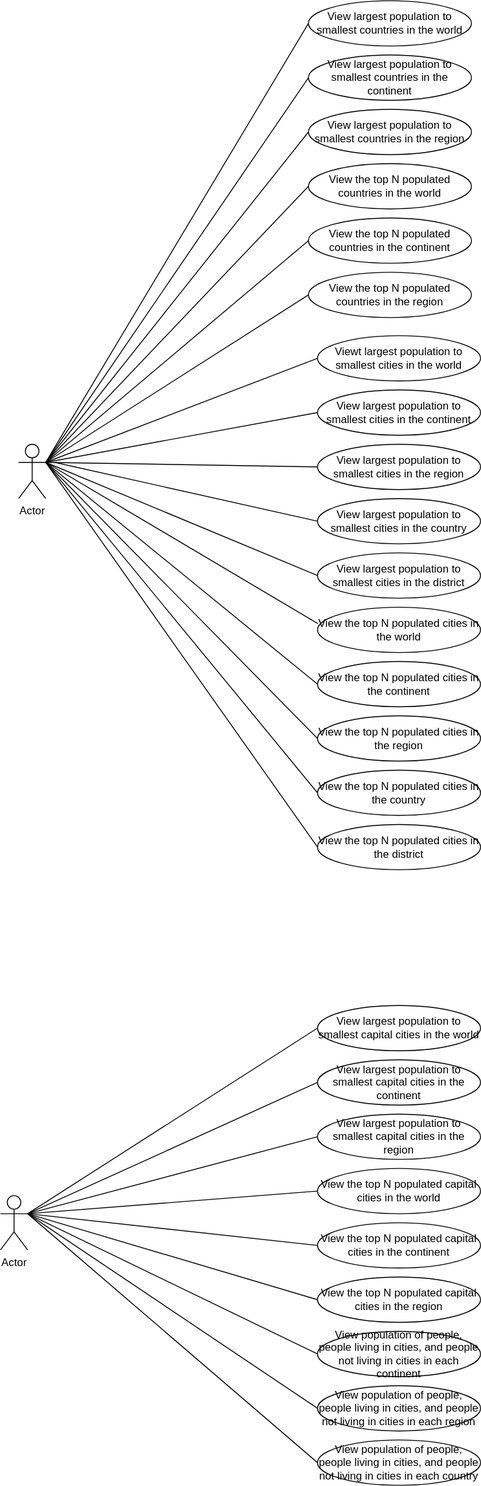
Earlier version of the draw.io export use_cases/Population_Information_System.svg (moeni12/Group3). Source tidied: cells renumbered, new cells last; positions are measured from the earlier drawing's top-left corner, leaving out a move shared by most shapes. The source it was exported from:
```xml
<mxGraphModel>
  <root>
    <mxCell id="0" />
    <mxCell id="1" parent="0" />
    <mxCell id="2" value="View largest population to smallest countries in the world" style="ellipse;whiteSpace=wrap;html=1;" parent="1" vertex="1">
      <mxGeometry x="340" width="180" height="50" as="geometry" />
    </mxCell>
    <mxCell id="3" value="View largest population to smallest countries in the continent" style="ellipse;whiteSpace=wrap;html=1;" parent="1" vertex="1">
      <mxGeometry x="340" y="60" width="180" height="50" as="geometry" />
    </mxCell>
    <mxCell id="4" value="View largest population to smallest countries in the region" style="ellipse;whiteSpace=wrap;html=1;" parent="1" vertex="1">
      <mxGeometry x="340" y="120" width="180" height="50" as="geometry" />
    </mxCell>
    <mxCell id="5" value="View the top N populated countries in the world" style="ellipse;whiteSpace=wrap;html=1;" parent="1" vertex="1">
      <mxGeometry x="340" y="180" width="180" height="50" as="geometry" />
    </mxCell>
    <mxCell id="6" value="View the top N populated countries in the continent" style="ellipse;whiteSpace=wrap;html=1;" parent="1" vertex="1">
      <mxGeometry x="340" y="240" width="180" height="50" as="geometry" />
    </mxCell>
    <mxCell id="7" value="View the top N populated countries in the region" style="ellipse;whiteSpace=wrap;html=1;" parent="1" vertex="1">
      <mxGeometry x="340" y="300" width="180" height="50" as="geometry" />
    </mxCell>
    <mxCell id="8" value="Viewt largest population to smallest cities in the world" style="ellipse;whiteSpace=wrap;html=1;" parent="1" vertex="1">
      <mxGeometry x="350" y="370" width="180" height="50" as="geometry" />
    </mxCell>
    <mxCell id="9" value="View largest population to smallest cities in the continent" style="ellipse;whiteSpace=wrap;html=1;" parent="1" vertex="1">
      <mxGeometry x="350" y="430" width="180" height="50" as="geometry" />
    </mxCell>
    <mxCell id="10" value="View largest population to smallest cities in the region" style="ellipse;whiteSpace=wrap;html=1;" parent="1" vertex="1">
      <mxGeometry x="350" y="490" width="180" height="50" as="geometry" />
    </mxCell>
    <mxCell id="11" value="View largest population to smallest cities in the district" style="ellipse;whiteSpace=wrap;html=1;" parent="1" vertex="1">
      <mxGeometry x="350" y="610" width="180" height="50" as="geometry" />
    </mxCell>
    <mxCell id="12" value="View largest population to smallest cities in the country" style="ellipse;whiteSpace=wrap;html=1;" parent="1" vertex="1">
      <mxGeometry x="350" y="550" width="180" height="50" as="geometry" />
    </mxCell>
    <mxCell id="13" value="View the top N populated cities in the world" style="ellipse;whiteSpace=wrap;html=1;" parent="1" vertex="1">
      <mxGeometry x="350" y="670" width="180" height="50" as="geometry" />
    </mxCell>
    <mxCell id="14" value="View the top N populated cities in the continent" style="ellipse;whiteSpace=wrap;html=1;" parent="1" vertex="1">
      <mxGeometry x="350" y="730" width="180" height="50" as="geometry" />
    </mxCell>
    <mxCell id="15" value="View the top N populated cities in the region" style="ellipse;whiteSpace=wrap;html=1;" parent="1" vertex="1">
      <mxGeometry x="350" y="790" width="180" height="50" as="geometry" />
    </mxCell>
    <mxCell id="16" value="View the top N populated cities in the country" style="ellipse;whiteSpace=wrap;html=1;" parent="1" vertex="1">
      <mxGeometry x="350" y="850" width="180" height="50" as="geometry" />
    </mxCell>
    <mxCell id="17" value="View the top N populated cities in the district" style="ellipse;whiteSpace=wrap;html=1;" parent="1" vertex="1">
      <mxGeometry x="350" y="910" width="180" height="50" as="geometry" />
    </mxCell>
    <mxCell id="18" value="Actor" style="shape=umlActor;verticalLabelPosition=bottom;verticalAlign=top;html=1;" parent="1" vertex="1">
      <mxGeometry x="20" y="490" width="30" height="60" as="geometry" />
    </mxCell>
    <mxCell id="19" style="endArrow=none;html=1;rounded=0;exitX=1;exitY=0.3333333333333333;exitDx=0;exitDy=0;exitPerimeter=0;entryX=0;entryY=0.5;entryDx=0;entryDy=0;" parent="1" edge="1" source="18" target="2">
      <mxGeometry relative="1" as="geometry" />
    </mxCell>
    <mxCell id="20" style="endArrow=none;html=1;rounded=0;exitX=1;exitY=0.3333333333333333;exitDx=0;exitDy=0;exitPerimeter=0;entryX=0;entryY=0.5;entryDx=0;entryDy=0;" parent="1" edge="1" source="18" target="3">
      <mxGeometry relative="1" as="geometry" />
    </mxCell>
    <mxCell id="21" style="endArrow=none;html=1;rounded=0;entryX=0;entryY=0.5;entryDx=0;entryDy=0;" parent="1" edge="1" target="4">
      <mxGeometry relative="1" as="geometry">
        <mxPoint x="50" y="510" as="sourcePoint" />
      </mxGeometry>
    </mxCell>
    <mxCell id="22" style="endArrow=none;html=1;rounded=0;entryX=0;entryY=0.5;entryDx=0;entryDy=0;exitX=1;exitY=0.3333333333333333;exitDx=0;exitDy=0;exitPerimeter=0;" parent="1" edge="1" source="18" target="5">
      <mxGeometry relative="1" as="geometry" />
    </mxCell>
    <mxCell id="23" style="endArrow=none;html=1;rounded=0;entryX=0;entryY=0.5;entryDx=0;entryDy=0;" parent="1" edge="1" target="6">
      <mxGeometry relative="1" as="geometry">
        <mxPoint x="50" y="510" as="sourcePoint" />
      </mxGeometry>
    </mxCell>
    <mxCell id="24" style="endArrow=none;html=1;rounded=0;entryX=0;entryY=0.5;entryDx=0;entryDy=0;" parent="1" edge="1" target="7">
      <mxGeometry relative="1" as="geometry">
        <mxPoint x="50" y="510" as="sourcePoint" />
      </mxGeometry>
    </mxCell>
    <mxCell id="25" style="endArrow=none;html=1;rounded=0;entryX=0;entryY=0.5;entryDx=0;entryDy=0;exitX=1;exitY=0.3333333333333333;exitDx=0;exitDy=0;exitPerimeter=0;" parent="1" edge="1" source="18" target="8">
      <mxGeometry relative="1" as="geometry" />
    </mxCell>
    <mxCell id="26" style="endArrow=none;html=1;rounded=0;entryX=0;entryY=0.5;entryDx=0;entryDy=0;exitX=1;exitY=0.3333333333333333;exitDx=0;exitDy=0;exitPerimeter=0;" parent="1" edge="1" source="18" target="9">
      <mxGeometry relative="1" as="geometry" />
    </mxCell>
    <mxCell id="27" style="endArrow=none;html=1;rounded=0;entryX=0;entryY=0.5;entryDx=0;entryDy=0;exitX=1;exitY=0.3333333333333333;exitDx=0;exitDy=0;exitPerimeter=0;" parent="1" edge="1" source="18" target="10">
      <mxGeometry relative="1" as="geometry" />
    </mxCell>
    <mxCell id="28" style="endArrow=none;html=1;rounded=0;entryX=0;entryY=0.5;entryDx=0;entryDy=0;" parent="1" edge="1" target="12">
      <mxGeometry relative="1" as="geometry">
        <mxPoint x="60" y="510" as="sourcePoint" />
      </mxGeometry>
    </mxCell>
    <mxCell id="29" style="endArrow=none;html=1;rounded=0;entryX=0;entryY=0.5;entryDx=0;entryDy=0;" parent="1" edge="1" target="11">
      <mxGeometry relative="1" as="geometry">
        <mxPoint x="50" y="510" as="sourcePoint" />
      </mxGeometry>
    </mxCell>
    <mxCell id="30" style="endArrow=none;html=1;rounded=0;entryX=0.002;entryY=0.36;entryDx=0;entryDy=0;entryPerimeter=0;" parent="1" edge="1" target="13">
      <mxGeometry relative="1" as="geometry">
        <mxPoint x="50" y="510" as="sourcePoint" />
      </mxGeometry>
    </mxCell>
    <mxCell id="31" style="endArrow=none;html=1;rounded=0;entryX=0;entryY=0.5;entryDx=0;entryDy=0;" parent="1" edge="1" target="14">
      <mxGeometry relative="1" as="geometry">
        <mxPoint x="50" y="510" as="sourcePoint" />
      </mxGeometry>
    </mxCell>
    <mxCell id="32" style="endArrow=none;html=1;rounded=0;entryX=0;entryY=0.5;entryDx=0;entryDy=0;" parent="1" edge="1" target="15">
      <mxGeometry relative="1" as="geometry">
        <mxPoint x="50" y="510" as="sourcePoint" />
      </mxGeometry>
    </mxCell>
    <mxCell id="33" style="endArrow=none;html=1;rounded=0;entryX=0;entryY=0.5;entryDx=0;entryDy=0;" parent="1" edge="1" target="16">
      <mxGeometry relative="1" as="geometry">
        <mxPoint x="50" y="510" as="sourcePoint" />
      </mxGeometry>
    </mxCell>
    <mxCell id="34" style="endArrow=none;html=1;rounded=0;entryX=0;entryY=0.5;entryDx=0;entryDy=0;exitX=1;exitY=0.3333333333333333;exitDx=0;exitDy=0;exitPerimeter=0;" parent="1" edge="1" source="18" target="17">
      <mxGeometry relative="1" as="geometry" />
    </mxCell>
    <mxCell id="35" value="View largest population to smallest capital cities in the world" style="ellipse;whiteSpace=wrap;html=1;" parent="1" vertex="1">
      <mxGeometry x="350" y="1110" width="180" height="50" as="geometry" />
    </mxCell>
    <mxCell id="36" value="View largest population to smallest capital cities in the continent" style="ellipse;whiteSpace=wrap;html=1;" parent="1" vertex="1">
      <mxGeometry x="350" y="1170" width="180" height="50" as="geometry" />
    </mxCell>
    <mxCell id="37" value="View largest population to smallest capital cities in the region" style="ellipse;whiteSpace=wrap;html=1;" parent="1" vertex="1">
      <mxGeometry x="350" y="1230" width="180" height="50" as="geometry" />
    </mxCell>
    <mxCell id="38" value="View the top N populated capital cities in the world" style="ellipse;whiteSpace=wrap;html=1;" parent="1" vertex="1">
      <mxGeometry x="350" y="1290" width="180" height="50" as="geometry" />
    </mxCell>
    <mxCell id="39" value="View the top N populated capital cities in the continent" style="ellipse;whiteSpace=wrap;html=1;" parent="1" vertex="1">
      <mxGeometry x="350" y="1350" width="180" height="50" as="geometry" />
    </mxCell>
    <mxCell id="40" value="View the top N populated capital cities in the region" style="ellipse;whiteSpace=wrap;html=1;" parent="1" vertex="1">
      <mxGeometry x="350" y="1410" width="180" height="50" as="geometry" />
    </mxCell>
    <mxCell id="41" value="View population of people, people living in cities, and people not living in cities in each continent" style="ellipse;whiteSpace=wrap;html=1;" parent="1" vertex="1">
      <mxGeometry x="350" y="1470" width="180" height="50" as="geometry" />
    </mxCell>
    <mxCell id="42" value="View population of people, people living in cities, and people not living in cities in each region" style="ellipse;whiteSpace=wrap;html=1;" parent="1" vertex="1">
      <mxGeometry x="350" y="1530" width="180" height="50" as="geometry" />
    </mxCell>
    <mxCell id="43" value="View population of people, people living in cities, and people not living in cities in each country" style="ellipse;whiteSpace=wrap;html=1;" parent="1" vertex="1">
      <mxGeometry x="350" y="1590" width="180" height="50" as="geometry" />
    </mxCell>
    <mxCell id="44" value="Actor" style="shape=umlActor;verticalLabelPosition=bottom;verticalAlign=top;html=1;" parent="1" vertex="1">
      <mxGeometry y="1320" width="30" height="60" as="geometry" />
    </mxCell>
    <mxCell id="45" style="endArrow=none;html=1;rounded=0;entryX=0;entryY=0.5;entryDx=0;entryDy=0;exitX=1;exitY=0.3333333333333333;exitDx=0;exitDy=0;exitPerimeter=0;" parent="1" edge="1" source="44" target="35">
      <mxGeometry relative="1" as="geometry" />
    </mxCell>
    <mxCell id="46" style="endArrow=none;html=1;rounded=0;entryX=0;entryY=0.5;entryDx=0;entryDy=0;" parent="1" edge="1" target="36">
      <mxGeometry relative="1" as="geometry">
        <mxPoint x="30" y="1340" as="sourcePoint" />
      </mxGeometry>
    </mxCell>
    <mxCell id="47" style="endArrow=none;html=1;rounded=0;entryX=0;entryY=0.5;entryDx=0;entryDy=0;" parent="1" edge="1" target="37">
      <mxGeometry relative="1" as="geometry">
        <mxPoint x="30" y="1340" as="sourcePoint" />
      </mxGeometry>
    </mxCell>
    <mxCell id="48" style="endArrow=none;html=1;rounded=0;entryX=0;entryY=0.5;entryDx=0;entryDy=0;" parent="1" edge="1" target="38">
      <mxGeometry relative="1" as="geometry">
        <mxPoint x="30" y="1340" as="sourcePoint" />
      </mxGeometry>
    </mxCell>
    <mxCell id="49" style="endArrow=none;html=1;rounded=0;entryX=0;entryY=0.5;entryDx=0;entryDy=0;exitX=1;exitY=0.3333333333333333;exitDx=0;exitDy=0;exitPerimeter=0;" parent="1" edge="1" source="44" target="39">
      <mxGeometry relative="1" as="geometry" />
    </mxCell>
    <mxCell id="50" style="endArrow=none;html=1;rounded=0;entryX=0;entryY=0.5;entryDx=0;entryDy=0;" parent="1" edge="1" target="40">
      <mxGeometry relative="1" as="geometry">
        <mxPoint x="30" y="1340" as="sourcePoint" />
      </mxGeometry>
    </mxCell>
    <mxCell id="51" style="endArrow=none;html=1;rounded=0;entryX=0;entryY=0.5;entryDx=0;entryDy=0;" parent="1" edge="1" target="41">
      <mxGeometry relative="1" as="geometry">
        <mxPoint x="30" y="1340" as="sourcePoint" />
      </mxGeometry>
    </mxCell>
    <mxCell id="52" style="endArrow=none;html=1;rounded=0;entryX=0;entryY=0.5;entryDx=0;entryDy=0;exitX=1;exitY=0.3333333333333333;exitDx=0;exitDy=0;exitPerimeter=0;" parent="1" edge="1" source="44" target="42">
      <mxGeometry relative="1" as="geometry" />
    </mxCell>
    <mxCell id="53" style="endArrow=none;html=1;rounded=0;entryX=0;entryY=0.5;entryDx=0;entryDy=0;" parent="1" edge="1" target="43">
      <mxGeometry relative="1" as="geometry">
        <mxPoint x="30" y="1340" as="sourcePoint" />
      </mxGeometry>
    </mxCell>
  </root>
</mxGraphModel>
```
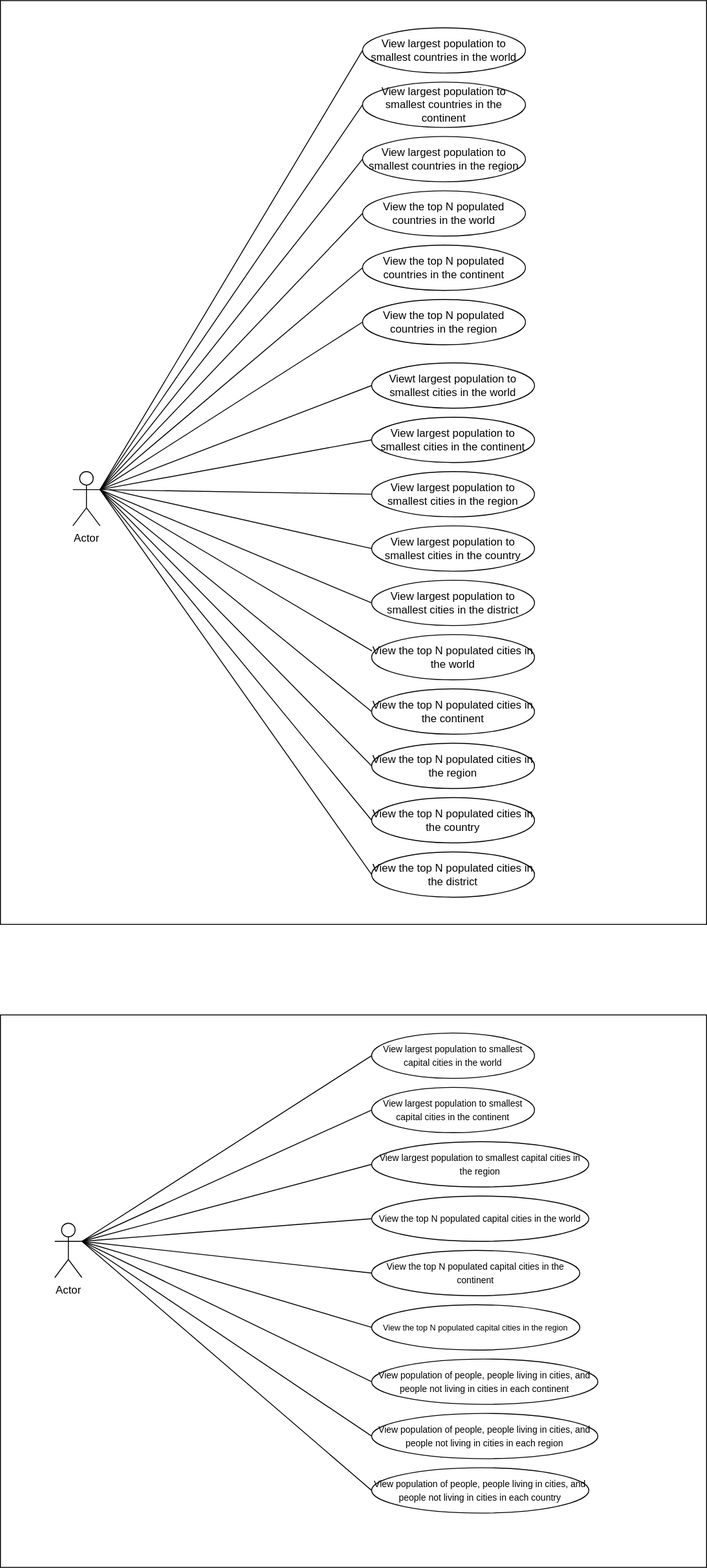
Above is the later version.

Commit message:
Added Use Case Diagram

Change to the diagram source:
```diff
@@ -119,32 +119,32 @@
     <mxCell id="34" style="endArrow=none;html=1;rounded=0;entryX=0;entryY=0.5;entryDx=0;entryDy=0;exitX=1;exitY=0.3333333333333333;exitDx=0;exitDy=0;exitPerimeter=0;" parent="1" edge="1" source="18" target="17">
       <mxGeometry relative="1" as="geometry" />
     </mxCell>
-    <mxCell id="35" value="View largest population to smallest capital cities in the world" style="ellipse;whiteSpace=wrap;html=1;" parent="1" vertex="1">
+    <mxCell id="35" value="&lt;font style=&quot;font-size: 10px&quot;&gt;View largest population to smallest capital cities in the world&lt;/font&gt;" style="ellipse;whiteSpace=wrap;html=1;" parent="1" vertex="1">
       <mxGeometry x="350" y="1110" width="180" height="50" as="geometry" />
     </mxCell>
-    <mxCell id="36" value="View largest population to smallest capital cities in the continent" style="ellipse;whiteSpace=wrap;html=1;" parent="1" vertex="1">
+    <mxCell id="36" value="&lt;font style=&quot;font-size: 10px&quot;&gt;View largest population to smallest capital cities in the continent&lt;/font&gt;" style="ellipse;whiteSpace=wrap;html=1;" parent="1" vertex="1">
       <mxGeometry x="350" y="1170" width="180" height="50" as="geometry" />
     </mxCell>
-    <mxCell id="37" value="View largest population to smallest capital cities in the region" style="ellipse;whiteSpace=wrap;html=1;" parent="1" vertex="1">
-      <mxGeometry x="350" y="1230" width="180" height="50" as="geometry" />
+    <mxCell id="37" value="&lt;font style=&quot;font-size: 10px&quot;&gt;View largest population to smallest capital cities in the region&lt;/font&gt;" style="ellipse;whiteSpace=wrap;html=1;" parent="1" vertex="1">
+      <mxGeometry x="350" y="1230" width="240" height="50" as="geometry" />
     </mxCell>
-    <mxCell id="38" value="View the top N populated capital cities in the world" style="ellipse;whiteSpace=wrap;html=1;" parent="1" vertex="1">
-      <mxGeometry x="350" y="1290" width="180" height="50" as="geometry" />
+    <mxCell id="38" value="&lt;font style=&quot;font-size: 10px&quot;&gt;View the top N populated capital cities in the world&lt;/font&gt;" style="ellipse;whiteSpace=wrap;html=1;" parent="1" vertex="1">
+      <mxGeometry x="350" y="1290" width="240" height="50" as="geometry" />
     </mxCell>
-    <mxCell id="39" value="View the top N populated capital cities in the continent" style="ellipse;whiteSpace=wrap;html=1;" parent="1" vertex="1">
-      <mxGeometry x="350" y="1350" width="180" height="50" as="geometry" />
+    <mxCell id="39" value="&lt;font style=&quot;font-size: 10px&quot;&gt;View the top N populated capital cities in the continent&lt;/font&gt;" style="ellipse;whiteSpace=wrap;html=1;" parent="1" vertex="1">
+      <mxGeometry x="350" y="1350" width="230" height="50" as="geometry" />
     </mxCell>
-    <mxCell id="40" value="View the top N populated capital cities in the region" style="ellipse;whiteSpace=wrap;html=1;" parent="1" vertex="1">
-      <mxGeometry x="350" y="1410" width="180" height="50" as="geometry" />
+    <mxCell id="40" value="&lt;font style=&quot;font-size: 9px&quot;&gt;View the top N populated capital cities in the region&lt;/font&gt;" style="ellipse;whiteSpace=wrap;html=1;" parent="1" vertex="1">
+      <mxGeometry x="350" y="1410" width="230" height="50" as="geometry" />
     </mxCell>
-    <mxCell id="41" value="View population of people, people living in cities, and people not living in cities in each continent" style="ellipse;whiteSpace=wrap;html=1;" parent="1" vertex="1">
-      <mxGeometry x="350" y="1470" width="180" height="50" as="geometry" />
+    <mxCell id="41" value="&lt;font style=&quot;font-size: 10px&quot;&gt;View population of people, people living in cities, and people not living in cities in each continent&lt;/font&gt;" style="ellipse;whiteSpace=wrap;html=1;" parent="1" vertex="1">
+      <mxGeometry x="350" y="1470" width="250" height="50" as="geometry" />
     </mxCell>
-    <mxCell id="42" value="View population of people, people living in cities, and people not living in cities in each region" style="ellipse;whiteSpace=wrap;html=1;" parent="1" vertex="1">
-      <mxGeometry x="350" y="1530" width="180" height="50" as="geometry" />
+    <mxCell id="42" value="&lt;div&gt;&lt;span style=&quot;font-size: 10px&quot;&gt;View population of people, people living in cities, and people not living in cities in each region&lt;/span&gt;&lt;/div&gt;" style="ellipse;whiteSpace=wrap;html=1;align=center;" parent="1" vertex="1">
+      <mxGeometry x="350" y="1530" width="250" height="50" as="geometry" />
     </mxCell>
-    <mxCell id="43" value="View population of people, people living in cities, and people not living in cities in each country" style="ellipse;whiteSpace=wrap;html=1;" parent="1" vertex="1">
-      <mxGeometry x="350" y="1590" width="180" height="50" as="geometry" />
+    <mxCell id="43" value="&lt;font style=&quot;font-size: 10px&quot;&gt;View population of people, people living in cities, and people not living in cities in each country&lt;/font&gt;" style="ellipse;whiteSpace=wrap;html=1;" parent="1" vertex="1">
+      <mxGeometry x="350" y="1590" width="240" height="50" as="geometry" />
     </mxCell>
     <mxCell id="44" value="Actor" style="shape=umlActor;verticalLabelPosition=bottom;verticalAlign=top;html=1;" parent="1" vertex="1">
       <mxGeometry y="1320" width="30" height="60" as="geometry" />
@@ -188,5 +188,11 @@
         <mxPoint x="30" y="1340" as="sourcePoint" />
       </mxGeometry>
     </mxCell>
+    <mxCell id="54" style="rounded=0;whiteSpace=wrap;html=1;fillColor=none;" parent="1" vertex="1">
+      <mxGeometry x="-60" y="1090" width="780" height="610" as="geometry" />
+    </mxCell>
+    <mxCell id="55" style="rounded=0;whiteSpace=wrap;html=1;fillColor=none;" parent="1" vertex="1">
+      <mxGeometry x="-60" y="-30" width="780" height="1020" as="geometry" />
+    </mxCell>
   </root>
 </mxGraphModel>
```
